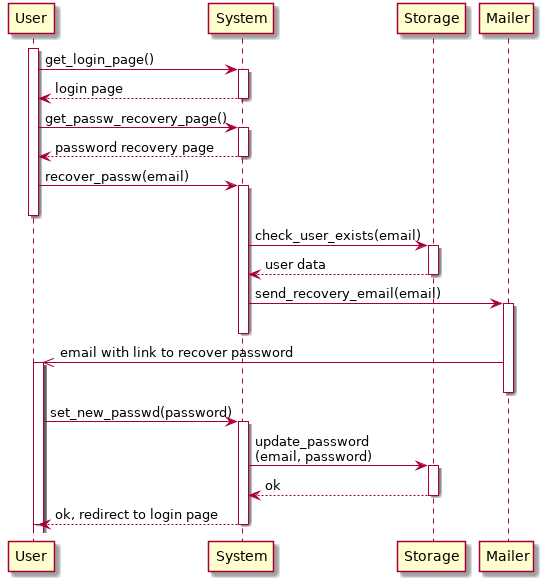
This is RASD/images/useCases/password_recovery.png from GiorgioUghini/SafeStreets, a PlantUML export, as it was before one commit.
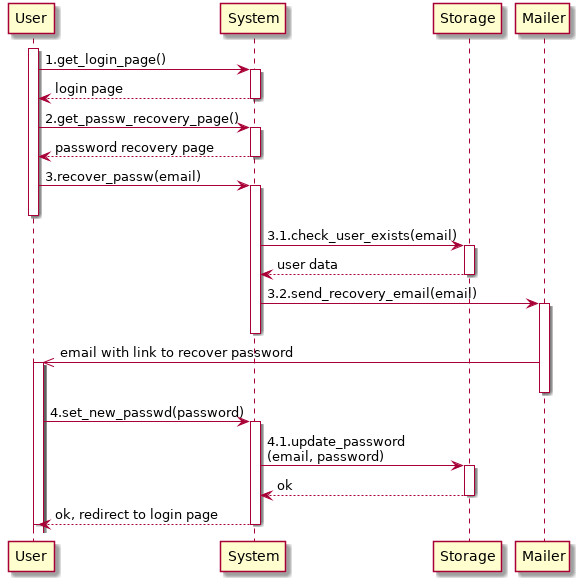
Above is the later version.

The edit, as a diff of the source:
```diff
@@ -7,21 +7,21 @@
     participant Mailer as M
 
     activate U
-    U -> S: get_login_page()
+    U -> S: 1.get_login_page()
     return login page
-    U -> S: get_passw_recovery_page()
+    U -> S: 2.get_passw_recovery_page()
     return password recovery page
-    U -> S: recover_passw(email)
+    U -> S: 3.recover_passw(email)
     deactivate U
-    S -> ST: check_user_exists(email)
+    S -> ST: 3.1.check_user_exists(email)
     return user data
-    S -> M: send_recovery_email(email)
+    S -> M: 3.2.send_recovery_email(email)
     deactivate S
     M ->> U: email with link to recover password
     deactivate M
     activate U
-    U -> S: set_new_passwd(password)
-    S -> ST: update_password\n(email, password)
+    U -> S: 4.set_new_passwd(password)
+    S -> ST: 4.1.update_password\n(email, password)
     return ok
     return ok, redirect to login page
     deactivate U
```
